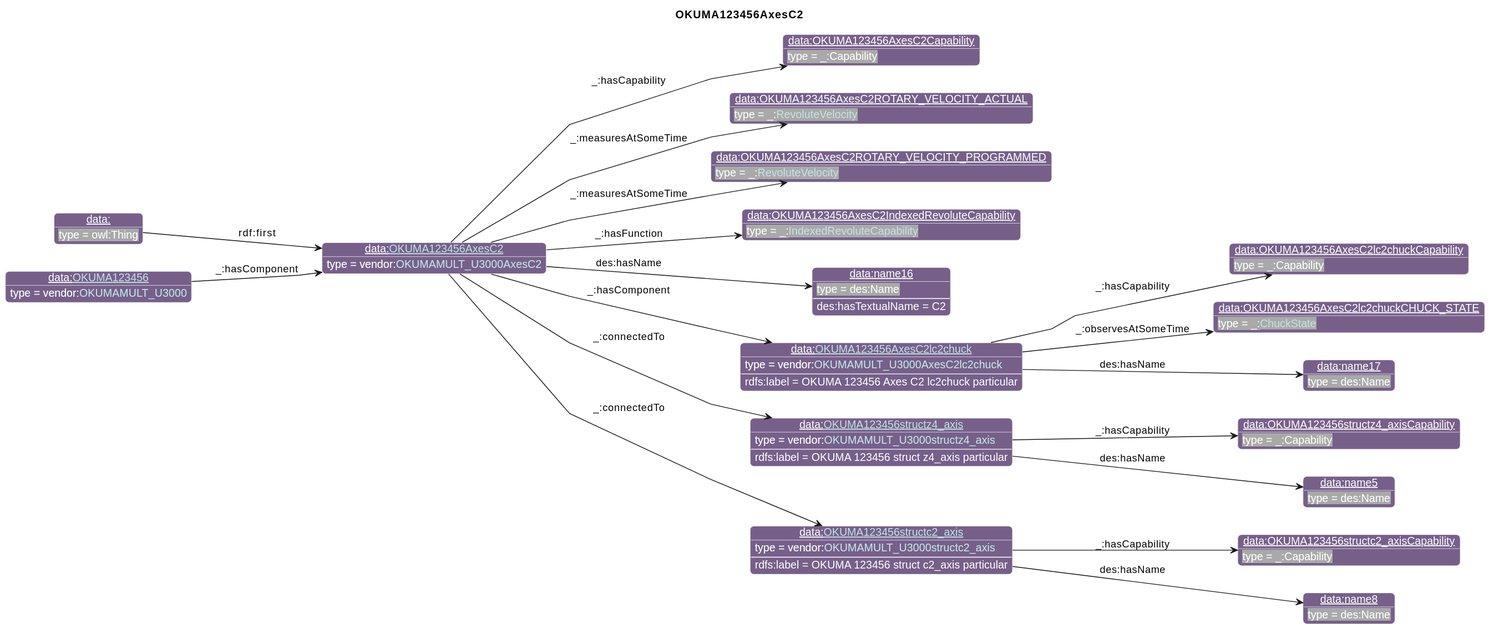
Before: diagrams/OKUMA123456AxesC2.svg, a diagram exported from PlantUML (iofoundry/example-syseng-mtconnect).
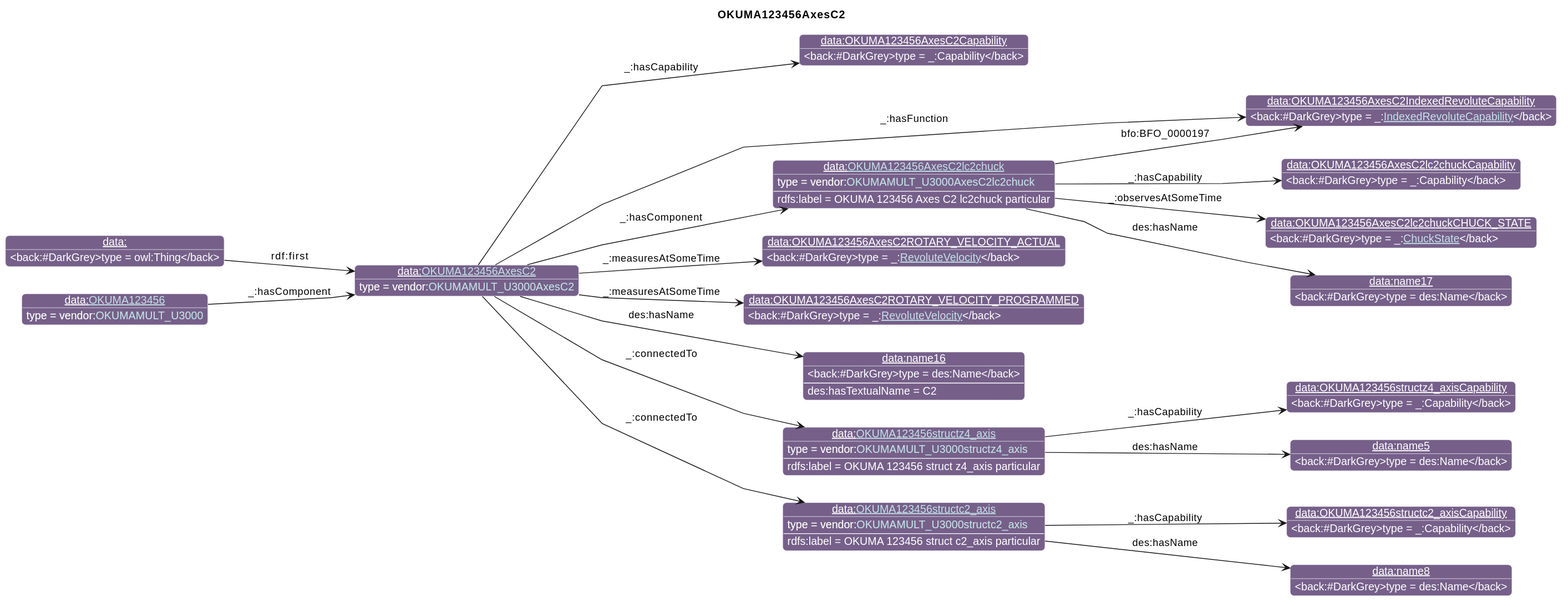
Above is the later version.

Change to the diagram source:
```diff
@@ -27,41 +27,42 @@
       }
 individual(o0, data:[[./OKUMA123456AxesC2.html OKUMA123456AxesC2]], vendor:[[../OKUMA.html#OKUMAMULT_U3000AxesC2 OKUMAMULT_U3000AxesC2]])
 individual(o1, data:OKUMA123456AxesC2Capability, _:Capability)
-individual(o2, data:OKUMA123456AxesC2ROTARY_VELOCITY_ACTUAL, _:[[../MTConnect.html#RevoluteVelocity RevoluteVelocity]])
-individual(o3, data:OKUMA123456AxesC2ROTARY_VELOCITY_PROGRAMMED, _:[[../MTConnect.html#RevoluteVelocity RevoluteVelocity]])
-individual(o4, data:OKUMA123456AxesC2IndexedRevoluteCapability, _:[[../MTConnect.html#IndexedRevoluteCapability IndexedRevoluteCapability]])
+individual(o2, data:OKUMA123456AxesC2IndexedRevoluteCapability, _:[[../MTConnect.html#IndexedRevoluteCapability IndexedRevoluteCapability]])
+individual(o3, data:OKUMA123456AxesC2ROTARY_VELOCITY_ACTUAL, _:[[../MTConnect.html#RevoluteVelocity RevoluteVelocity]])
+individual(o4, data:OKUMA123456AxesC2ROTARY_VELOCITY_PROGRAMMED, _:[[../MTConnect.html#RevoluteVelocity RevoluteVelocity]])
 individual(o5, data:name16, des:Name)
-individual(o6, data:[[./OKUMA123456AxesC2lc2chuck.html OKUMA123456AxesC2lc2chuck]], vendor:[[../OKUMA.html#OKUMAMULT_U3000AxesC2lc2chuck OKUMAMULT_U3000AxesC2lc2chuck]])
-individual(o7, data:OKUMA123456AxesC2lc2chuckCapability, _:Capability)
-individual(o8, data:OKUMA123456AxesC2lc2chuckCHUCK_STATE, _:[[../MTConnect.html#ChuckState ChuckState]])
-individual(o9, data:name17, des:Name)
-individual(o10, data:[[./OKUMA123456structz4_axis.html OKUMA123456structz4_axis]], vendor:[[../OKUMA.html#OKUMAMULT_U3000structz4_axis OKUMAMULT_U3000structz4_axis]])
-individual(o11, data:OKUMA123456structz4_axisCapability, _:Capability)
-individual(o12, data:name5, des:Name)
-individual(o13, data:[[./OKUMA123456structc2_axis.html OKUMA123456structc2_axis]], vendor:[[../OKUMA.html#OKUMAMULT_U3000structc2_axis OKUMAMULT_U3000structc2_axis]])
-individual(o14, data:OKUMA123456structc2_axisCapability, _:Capability)
-individual(o15, data:name8, des:Name)
+individual(o6, data:[[./OKUMA123456structz4_axis.html OKUMA123456structz4_axis]], vendor:[[../OKUMA.html#OKUMAMULT_U3000structz4_axis OKUMAMULT_U3000structz4_axis]])
+individual(o7, data:OKUMA123456structz4_axisCapability, _:Capability)
+individual(o8, data:name5, des:Name)
+individual(o9, data:[[./OKUMA123456structc2_axis.html OKUMA123456structc2_axis]], vendor:[[../OKUMA.html#OKUMAMULT_U3000structc2_axis OKUMAMULT_U3000structc2_axis]])
+individual(o10, data:OKUMA123456structc2_axisCapability, _:Capability)
+individual(o11, data:name8, des:Name)
+individual(o12, data:[[./OKUMA123456AxesC2lc2chuck.html OKUMA123456AxesC2lc2chuck]], vendor:[[../OKUMA.html#OKUMAMULT_U3000AxesC2lc2chuck OKUMAMULT_U3000AxesC2lc2chuck]])
+individual(o13, data:OKUMA123456AxesC2lc2chuckCapability, _:Capability)
+individual(o14, data:OKUMA123456AxesC2lc2chuckCHUCK_STATE, _:[[../MTConnect.html#ChuckState ChuckState]])
+individual(o15, data:name17, des:Name)
 individual(o16, data:, owl:Thing)
 individual(o17, data:[[./OKUMA123456.html OKUMA123456]], vendor:[[../OKUMA.html#OKUMAMULT_U3000 OKUMAMULT_U3000]])
 property(o0, "_:hasCapability", o1)
-property(o0, "_:measuresAtSomeTime", o2)
+property(o0, "_:hasFunction", o2)
 property(o0, "_:measuresAtSomeTime", o3)
-property(o0, "_:hasFunction", o4)
+property(o0, "_:measuresAtSomeTime", o4)
 property(o0, "des:hasName", o5)
 data(o5, "des:hasTextualName", "C2")
-property(o0, "_:hasComponent", o6)
-data(o6, "rdfs:label", "OKUMA 123456 Axes C2 lc2chuck particular")
+property(o0, "_:connectedTo", o6)
+data(o6, "rdfs:label", "OKUMA 123456 struct z4_axis particular")
 property(o6, "_:hasCapability", o7)
-property(o6, "_:observesAtSomeTime", o8)
-property(o6, "des:hasName", o9)
-property(o0, "_:connectedTo", o10)
-data(o10, "rdfs:label", "OKUMA 123456 struct z4_axis particular")
-property(o10, "_:hasCapability", o11)
-property(o10, "des:hasName", o12)
-property(o0, "_:connectedTo", o13)
-data(o13, "rdfs:label", "OKUMA 123456 struct c2_axis particular")
-property(o13, "_:hasCapability", o14)
-property(o13, "des:hasName", o15)
+property(o6, "des:hasName", o8)
+property(o0, "_:connectedTo", o9)
+data(o9, "rdfs:label", "OKUMA 123456 struct c2_axis particular")
+property(o9, "_:hasCapability", o10)
+property(o9, "des:hasName", o11)
+property(o0, "_:hasComponent", o12)
+data(o12, "rdfs:label", "OKUMA 123456 Axes C2 lc2chuck particular")
+property(o12, "bfo:BFO_0000197", o2)
+property(o12, "_:hasCapability", o13)
+property(o12, "_:observesAtSomeTime", o14)
+property(o12, "des:hasName", o15)
 property(o16, "rdf:first", o0)
 property(o17, "_:hasComponent", o0)
 @enduml
```
